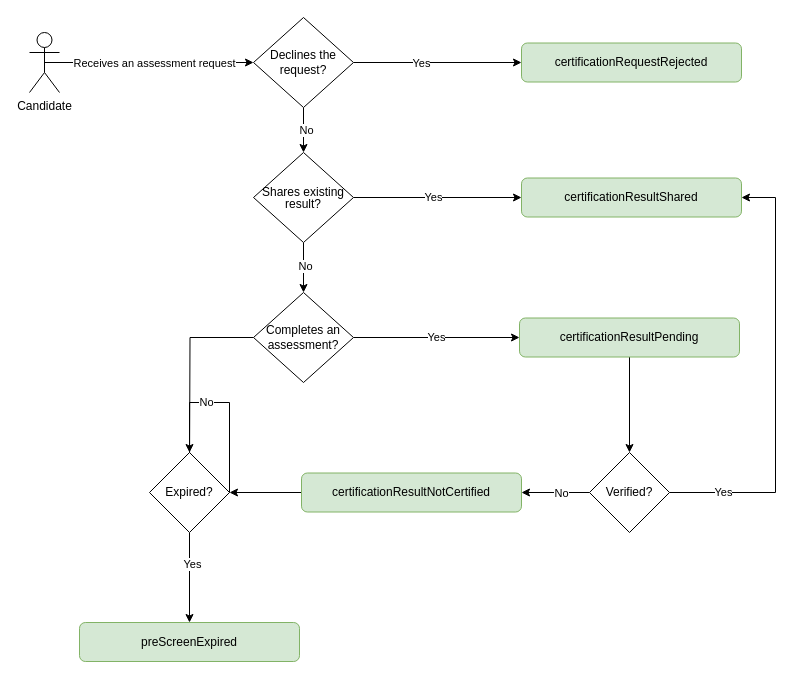
Before: docs/diagrams/certify-webhooks-flow.drawio in CodeSignal/developer-docs, a draw.io diagram. Source tidied: cells renumbered, new cells numbered last; positions are measured from the earlier drawing's top-left corner, leaving out a move shared by most shapes. Both pictures are drawn from the tidied source at 100%, with x=0, y=0 at pixel (29, 17).
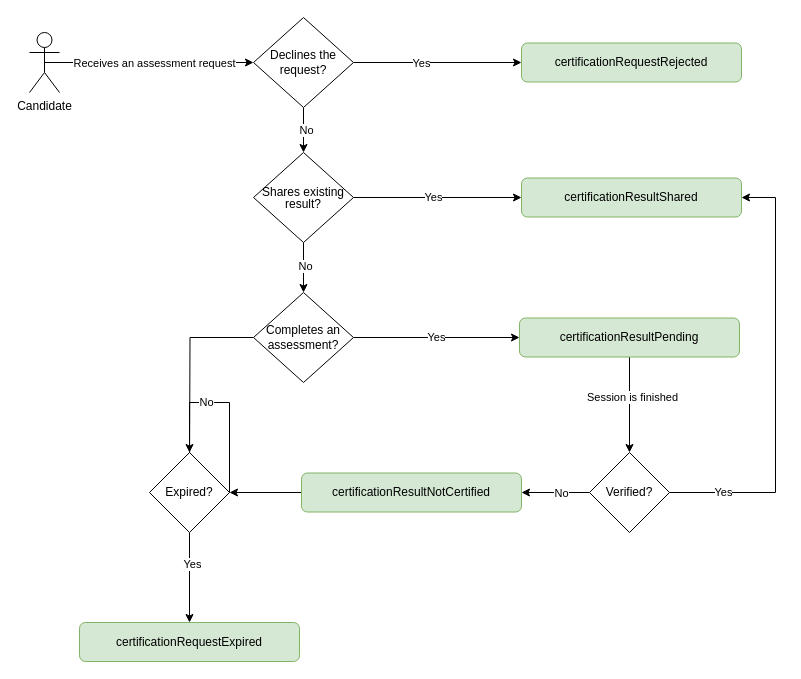
Above is the later version.

Commit message (it also covers changes not shown here):
Correct webhook name for expiration

Unchanged cells that the change refers to:
```xml
<mxCell id="14" style="edgeStyle=orthogonalEdgeStyle;rounded=0;jettySize=auto;html=1;exitX=0.5;exitY=1;exitDx=0;exitDy=0;entryX=0.5;entryY=0;entryDx=0;entryDy=0;" parent="1" edge="1" source="15" target="19">
  <mxGeometry relative="1" as="geometry" />
</mxCell>
```

Diff of the diagram source:
```diff
@@
+    <mxCell id="33" value="Session is finished" style="edgeLabel;html=1;align=center;verticalAlign=middle;" parent="14" vertex="1">
+      <mxGeometry x="-0.16" y="2" relative="1" as="geometry" />
+    </mxCell>
@@
-    <mxCell id="20" value="preScreenExpired" style="rounded=1;whiteSpace=wrap;html=1;fillColor=#d5e8d4;strokeColor=#82b366;" parent="1" vertex="1">
+    <mxCell id="20" value="certificationRequestExpired" style="rounded=1;whiteSpace=wrap;html=1;fillColor=#d5e8d4;strokeColor=#82b366;" parent="1" vertex="1">
       <mxGeometry x="50" y="605" width="220" height="39" as="geometry" />
     </mxCell>
```
